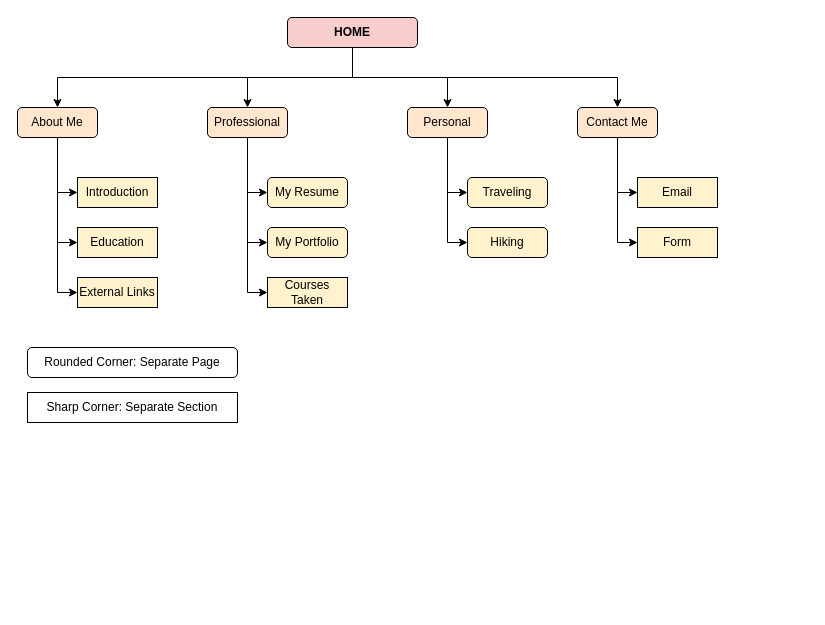
This is site_diagram.drawio from kaicheng0824/cse134-hw2, a draw.io file, before an edit. Source tidied: cells renumbered, new cells numbered last; positions are measured from the earlier drawing's top-left corner, leaving out a move shared by most shapes. Both pictures are drawn from the tidied source at 100%, with x=0, y=0 at pixel (17, 17).
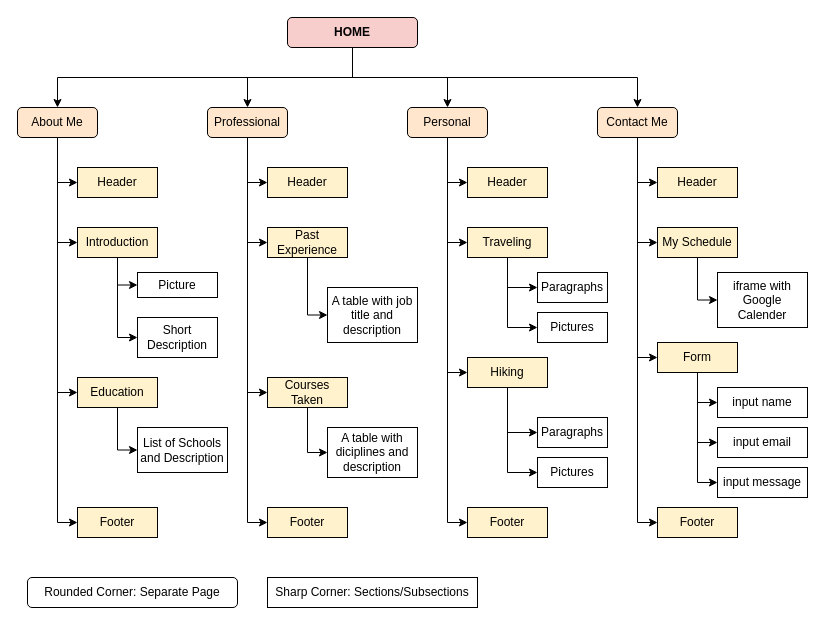
The same diagram, later.

Commit message (it also covers changes not shown here):
remove nav bar on first page

Unchanged cells that the change refers to:
```xml
<mxCell id="10" value="&lt;span style=&quot;font-weight: normal;&quot;&gt;About Me&lt;/span&gt;" style="rounded=1;whiteSpace=wrap;html=1;fontStyle=1;fillColor=#ffe6cc;strokeColor=#000000;glass=0;sketch=0;" parent="1" vertex="1">
  <mxGeometry y="90" width="80" height="30" as="geometry" />
</mxCell>
<mxCell id="14" value="Professional" style="rounded=1;whiteSpace=wrap;html=1;fillColor=#ffe6cc;strokeColor=#000000;" parent="1" vertex="1">
  <mxGeometry x="190" y="90" width="80" height="30" as="geometry" />
</mxCell>
<mxCell id="20" value="Personal" style="rounded=1;whiteSpace=wrap;html=1;fillColor=#ffe6cc;strokeColor=#000000;" parent="1" vertex="1">
  <mxGeometry x="390" y="90" width="80" height="30" as="geometry" />
</mxCell>
```

Change to the diagram source:
```diff
@@
-    <mxCell id="8" style="edgeStyle=orthogonalEdgeStyle;rounded=0;jettySize=auto;html=1;entryX=0;entryY=0.5;entryDx=0;entryDy=0;" parent="1" edge="1" source="10" target="27">
-      <mxGeometry relative="1" as="geometry" />
-    </mxCell>
@@
+    <mxCell id="33" style="edgeStyle=orthogonalEdgeStyle;rounded=0;jettySize=auto;html=1;entryX=0;entryY=0.5;entryDx=0;entryDy=0;" parent="1" edge="1" source="10" target="61">
+      <mxGeometry relative="1" as="geometry" />
+    </mxCell>
+    <mxCell id="34" style="edgeStyle=orthogonalEdgeStyle;rounded=0;jettySize=auto;html=1;entryX=0;entryY=0.5;entryDx=0;entryDy=0;" parent="1" edge="1" source="10" target="65">
+      <mxGeometry relative="1" as="geometry" />
+    </mxCell>
@@
-    <mxCell id="11" style="edgeStyle=orthogonalEdgeStyle;rounded=0;jettySize=auto;html=1;exitX=0.5;exitY=1;exitDx=0;exitDy=0;entryX=0;entryY=0.5;entryDx=0;entryDy=0;" parent="1" edge="1" source="14" target="21">
-      <mxGeometry relative="1" as="geometry" />
-    </mxCell>
-    <mxCell id="12" style="edgeStyle=orthogonalEdgeStyle;rounded=0;jettySize=auto;html=1;entryX=0;entryY=0.5;entryDx=0;entryDy=0;" parent="1" edge="1" source="14" target="22">
-      <mxGeometry relative="1" as="geometry" />
-    </mxCell>
@@
+    <mxCell id="35" style="edgeStyle=orthogonalEdgeStyle;rounded=0;jettySize=auto;html=1;entryX=0;entryY=0.5;entryDx=0;entryDy=0;" parent="1" edge="1" source="14" target="55">
+      <mxGeometry relative="1" as="geometry" />
+    </mxCell>
+    <mxCell id="36" style="edgeStyle=orthogonalEdgeStyle;rounded=0;jettySize=auto;html=1;entryX=0;entryY=0.5;entryDx=0;entryDy=0;" parent="1" edge="1" source="14" target="62">
+      <mxGeometry relative="1" as="geometry" />
+    </mxCell>
+    <mxCell id="37" style="edgeStyle=orthogonalEdgeStyle;rounded=0;jettySize=auto;html=1;entryX=0;entryY=0.5;entryDx=0;entryDy=0;" parent="1" edge="1" source="14" target="66">
+      <mxGeometry relative="1" as="geometry" />
+    </mxCell>
@@
+    <mxCell id="38" style="edgeStyle=orthogonalEdgeStyle;rounded=0;jettySize=auto;html=1;entryX=0;entryY=0.5;entryDx=0;entryDy=0;" parent="1" edge="1" source="17" target="64">
+      <mxGeometry relative="1" as="geometry" />
+    </mxCell>
+    <mxCell id="39" style="edgeStyle=orthogonalEdgeStyle;rounded=0;jettySize=auto;html=1;entryX=0;entryY=0.5;entryDx=0;entryDy=0;" parent="1" edge="1" source="17" target="68">
+      <mxGeometry relative="1" as="geometry" />
+    </mxCell>
     <mxCell id="17" value="Contact Me" style="rounded=1;whiteSpace=wrap;html=1;fillColor=#ffe6cc;strokeColor=#000000;" parent="1" vertex="1">
-      <mxGeometry x="560" y="90" width="80" height="30" as="geometry" />
+      <mxGeometry x="580" y="90" width="80" height="30" as="geometry" />
     </mxCell>
@@
+    <mxCell id="40" style="edgeStyle=orthogonalEdgeStyle;rounded=0;jettySize=auto;html=1;entryX=0;entryY=0.5;entryDx=0;entryDy=0;" parent="1" edge="1" source="20" target="63">
+      <mxGeometry relative="1" as="geometry" />
+    </mxCell>
+    <mxCell id="41" style="edgeStyle=orthogonalEdgeStyle;rounded=0;jettySize=auto;html=1;entryX=0;entryY=0.5;entryDx=0;entryDy=0;" parent="1" edge="1" source="20" target="67">
+      <mxGeometry relative="1" as="geometry" />
+    </mxCell>
@@
-    <mxCell id="21" value="My Resume" style="rounded=1;whiteSpace=wrap;html=1;fillColor=#fff2cc;strokeColor=#000000;" parent="1" vertex="1">
-      <mxGeometry x="250" y="160" width="80" height="30" as="geometry" />
-    </mxCell>
-    <mxCell id="22" value="My Portfolio" style="rounded=1;whiteSpace=wrap;html=1;fillColor=#fff2cc;strokeColor=#000000;" parent="1" vertex="1">
-      <mxGeometry x="250" y="210" width="80" height="30" as="geometry" />
-    </mxCell>
+    <mxCell id="42" style="edgeStyle=orthogonalEdgeStyle;rounded=0;jettySize=auto;html=1;entryX=0;entryY=0.5;entryDx=0;entryDy=0;" parent="1" edge="1" source="23" target="56">
+      <mxGeometry relative="1" as="geometry" />
+    </mxCell>
     <mxCell id="23" value="Courses Taken" style="rounded=0;whiteSpace=wrap;html=1;fillColor=#fff2cc;strokeColor=#000000;shadow=0;" parent="1" vertex="1">
-      <mxGeometry x="250" y="260" width="80" height="30" as="geometry" />
+      <mxGeometry x="250" y="360" width="80" height="30" as="geometry" />
     </mxCell>
+    <mxCell id="43" style="edgeStyle=orthogonalEdgeStyle;rounded=0;jettySize=auto;html=1;entryX=0;entryY=0.5;entryDx=0;entryDy=0;" parent="1" edge="1" source="24" target="71">
+      <mxGeometry relative="1" as="geometry" />
+    </mxCell>
+    <mxCell id="44" style="edgeStyle=orthogonalEdgeStyle;rounded=0;jettySize=auto;html=1;entryX=0;entryY=0.5;entryDx=0;entryDy=0;" parent="1" edge="1" source="24" target="72">
+      <mxGeometry relative="1" as="geometry" />
+    </mxCell>
-    <mxCell id="24" value="Traveling" style="rounded=1;whiteSpace=wrap;html=1;fillColor=#fff2cc;strokeColor=#000000;" parent="1" vertex="1">
-      <mxGeometry x="450" y="160" width="80" height="30" as="geometry" />
+    <mxCell id="24" value="Traveling" style="rounded=0;whiteSpace=wrap;html=1;fillColor=#fff2cc;strokeColor=#000000;" parent="1" vertex="1">
+      <mxGeometry x="450" y="210" width="80" height="30" as="geometry" />
     </mxCell>
+    <mxCell id="45" style="edgeStyle=orthogonalEdgeStyle;rounded=0;jettySize=auto;html=1;entryX=0;entryY=0.5;entryDx=0;entryDy=0;" parent="1" edge="1" source="25" target="69">
+      <mxGeometry relative="1" as="geometry" />
+    </mxCell>
+    <mxCell id="46" style="edgeStyle=orthogonalEdgeStyle;rounded=0;jettySize=auto;html=1;entryX=0;entryY=0.5;entryDx=0;entryDy=0;" parent="1" edge="1" source="25" target="70">
+      <mxGeometry relative="1" as="geometry" />
+    </mxCell>
-    <mxCell id="25" value="Hiking" style="rounded=1;whiteSpace=wrap;html=1;fillColor=#fff2cc;strokeColor=#000000;" parent="1" vertex="1">
-      <mxGeometry x="450" y="210" width="80" height="30" as="geometry" />
+    <mxCell id="25" value="Hiking" style="rounded=0;whiteSpace=wrap;html=1;fillColor=#fff2cc;strokeColor=#000000;" parent="1" vertex="1">
+      <mxGeometry x="450" y="340" width="80" height="30" as="geometry" />
     </mxCell>
+    <mxCell id="47" style="edgeStyle=orthogonalEdgeStyle;rounded=0;jettySize=auto;html=1;entryX=0;entryY=0.5;entryDx=0;entryDy=0;" parent="1" edge="1" source="26" target="58">
+      <mxGeometry relative="1" as="geometry" />
+    </mxCell>
+    <mxCell id="48" style="edgeStyle=orthogonalEdgeStyle;rounded=0;jettySize=auto;html=1;entryX=0;entryY=0.5;entryDx=0;entryDy=0;" parent="1" edge="1" source="26" target="59">
+      <mxGeometry relative="1" as="geometry" />
+    </mxCell>
     <mxCell id="26" value="&lt;span style=&quot;font-weight: normal;&quot;&gt;Introduction&lt;br&gt;&lt;/span&gt;" style="rounded=0;whiteSpace=wrap;html=1;fontStyle=1;fillColor=#fff2cc;strokeColor=#000000;" parent="1" vertex="1">
-      <mxGeometry x="60" y="160" width="80" height="30" as="geometry" />
+      <mxGeometry x="60" y="210" width="80" height="30" as="geometry" />
     </mxCell>
-    <mxCell id="27" value="&lt;span style=&quot;font-weight: 400;&quot;&gt;External Links&lt;/span&gt;" style="rounded=0;whiteSpace=wrap;html=1;fontStyle=1;fillColor=#fff2cc;strokeColor=#000000;" parent="1" vertex="1">
-      <mxGeometry x="60" y="260" width="80" height="30" as="geometry" />
-    </mxCell>
+    <mxCell id="49" style="edgeStyle=orthogonalEdgeStyle;rounded=0;jettySize=auto;html=1;entryX=0;entryY=0.5;entryDx=0;entryDy=0;" parent="1" edge="1" source="28" target="60">
+      <mxGeometry relative="1" as="geometry" />
+    </mxCell>
     <mxCell id="28" value="&lt;span style=&quot;font-weight: normal;&quot;&gt;Education&lt;/span&gt;" style="rounded=0;whiteSpace=wrap;html=1;fontStyle=1;fillColor=#fff2cc;strokeColor=#000000;" parent="1" vertex="1">
-      <mxGeometry x="60" y="210" width="80" height="30" as="geometry" />
+      <mxGeometry x="60" y="360" width="80" height="30" as="geometry" />
     </mxCell>
+    <mxCell id="50" style="edgeStyle=orthogonalEdgeStyle;rounded=0;jettySize=auto;html=1;entryX=0;entryY=0.5;entryDx=0;entryDy=0;" parent="1" edge="1" source="29" target="73">
+      <mxGeometry relative="1" as="geometry" />
+    </mxCell>
-    <mxCell id="29" value="Email" style="rounded=0;whiteSpace=wrap;html=1;fillColor=#fff2cc;strokeColor=#000000;" parent="1" vertex="1">
-      <mxGeometry x="620" y="160" width="80" height="30" as="geometry" />
+    <mxCell id="29" value="My Schedule" style="rounded=0;whiteSpace=wrap;html=1;fillColor=#fff2cc;strokeColor=#000000;" parent="1" vertex="1">
+      <mxGeometry x="640" y="210" width="80" height="30" as="geometry" />
     </mxCell>
+    <mxCell id="51" style="edgeStyle=orthogonalEdgeStyle;rounded=0;jettySize=auto;html=1;entryX=0;entryY=0.5;entryDx=0;entryDy=0;" parent="1" edge="1" source="30" target="74">
+      <mxGeometry relative="1" as="geometry" />
+    </mxCell>
+    <mxCell id="52" style="edgeStyle=orthogonalEdgeStyle;rounded=0;jettySize=auto;html=1;entryX=0;entryY=0.5;entryDx=0;entryDy=0;" parent="1" edge="1" source="30" target="75">
+      <mxGeometry relative="1" as="geometry" />
+    </mxCell>
+    <mxCell id="53" style="edgeStyle=orthogonalEdgeStyle;rounded=0;jettySize=auto;html=1;entryX=0;entryY=0.5;entryDx=0;entryDy=0;" parent="1" edge="1" source="30" target="76">
+      <mxGeometry relative="1" as="geometry" />
+    </mxCell>
     <mxCell id="30" value="Form" style="rounded=0;whiteSpace=wrap;html=1;fillColor=#fff2cc;strokeColor=#000000;" parent="1" vertex="1">
-      <mxGeometry x="620" y="210" width="80" height="30" as="geometry" />
+      <mxGeometry x="640" y="325" width="80" height="30" as="geometry" />
     </mxCell>
     <mxCell id="31" value="Rounded Corner: Separate Page" style="rounded=1;whiteSpace=wrap;html=1;glass=0;sketch=0;strokeColor=#000000;" parent="1" vertex="1">
-      <mxGeometry x="10" y="330" width="210" height="30" as="geometry" />
+      <mxGeometry x="10" y="560" width="210" height="30" as="geometry" />
     </mxCell>
-    <mxCell id="32" value="&lt;span style=&quot;font-weight: 400;&quot;&gt;Sharp Corner: Separate&amp;nbsp;Section&lt;/span&gt;" style="rounded=0;whiteSpace=wrap;html=1;fontStyle=1;" parent="1" vertex="1">
-      <mxGeometry x="10" y="375" width="210" height="30" as="geometry" />
+    <mxCell id="32" value="&lt;span style=&quot;font-weight: 400;&quot;&gt;Sharp Corner: Sections/Subsections&lt;/span&gt;" style="rounded=0;whiteSpace=wrap;html=1;fontStyle=1;" parent="1" vertex="1">
+      <mxGeometry x="250" y="560" width="210" height="30" as="geometry" />
     </mxCell>
+    <mxCell id="54" style="edgeStyle=orthogonalEdgeStyle;rounded=0;jettySize=auto;html=1;entryX=0;entryY=0.5;entryDx=0;entryDy=0;" parent="1" edge="1" source="55" target="57">
+      <mxGeometry relative="1" as="geometry" />
+    </mxCell>
+    <mxCell id="55" value="Past Experience" style="rounded=0;whiteSpace=wrap;html=1;fillColor=#fff2cc;strokeColor=#000000;shadow=0;" parent="1" vertex="1">
+      <mxGeometry x="250" y="210" width="80" height="30" as="geometry" />
+    </mxCell>
+    <mxCell id="56" value="A table with diciplines and description" style="rounded=0;whiteSpace=wrap;html=1;shadow=0;" parent="1" vertex="1">
+      <mxGeometry x="310" y="410" width="90" height="50" as="geometry" />
+    </mxCell>
+    <mxCell id="57" value="A table with job title and description" style="rounded=0;whiteSpace=wrap;html=1;shadow=0;" parent="1" vertex="1">
+      <mxGeometry x="310" y="270" width="90" height="55" as="geometry" />
+    </mxCell>
+    <mxCell id="58" value="Picture" style="rounded=0;whiteSpace=wrap;html=1;shadow=0;" parent="1" vertex="1">
+      <mxGeometry x="120" y="255" width="80" height="25" as="geometry" />
+    </mxCell>
+    <mxCell id="59" value="Short Description" style="rounded=0;whiteSpace=wrap;html=1;shadow=0;" parent="1" vertex="1">
+      <mxGeometry x="120" y="300" width="80" height="40" as="geometry" />
+    </mxCell>
+    <mxCell id="60" value="List of Schools and Description" style="rounded=0;whiteSpace=wrap;html=1;shadow=0;" parent="1" vertex="1">
+      <mxGeometry x="120" y="410" width="90" height="45" as="geometry" />
+    </mxCell>
+    <mxCell id="61" value="&lt;span style=&quot;font-weight: normal;&quot;&gt;Header&lt;/span&gt;" style="rounded=0;whiteSpace=wrap;html=1;fontStyle=1;fillColor=#fff2cc;strokeColor=#000000;" parent="1" vertex="1">
+      <mxGeometry x="60" y="150" width="80" height="30" as="geometry" />
+    </mxCell>
+    <mxCell id="62" value="&lt;span style=&quot;font-weight: normal;&quot;&gt;Header&lt;/span&gt;" style="rounded=0;whiteSpace=wrap;html=1;fontStyle=1;fillColor=#fff2cc;strokeColor=#000000;" parent="1" vertex="1">
+      <mxGeometry x="250" y="150" width="80" height="30" as="geometry" />
+    </mxCell>
+    <mxCell id="63" value="&lt;span style=&quot;font-weight: normal;&quot;&gt;Header&lt;/span&gt;" style="rounded=0;whiteSpace=wrap;html=1;fontStyle=1;fillColor=#fff2cc;strokeColor=#000000;" parent="1" vertex="1">
+      <mxGeometry x="450" y="150" width="80" height="30" as="geometry" />
+    </mxCell>
+    <mxCell id="64" value="&lt;span style=&quot;font-weight: normal;&quot;&gt;Header&lt;/span&gt;" style="rounded=0;whiteSpace=wrap;html=1;fontStyle=1;fillColor=#fff2cc;strokeColor=#000000;" parent="1" vertex="1">
+      <mxGeometry x="640" y="150" width="80" height="30" as="geometry" />
+    </mxCell>
+    <mxCell id="65" value="&lt;span style=&quot;font-weight: normal;&quot;&gt;Footer&lt;/span&gt;" style="rounded=0;whiteSpace=wrap;html=1;fontStyle=1;fillColor=#fff2cc;strokeColor=#000000;" parent="1" vertex="1">
+      <mxGeometry x="60" y="490" width="80" height="30" as="geometry" />
+    </mxCell>
+    <mxCell id="66" value="&lt;span style=&quot;font-weight: normal;&quot;&gt;Footer&lt;/span&gt;" style="rounded=0;whiteSpace=wrap;html=1;fontStyle=1;fillColor=#fff2cc;strokeColor=#000000;" parent="1" vertex="1">
+      <mxGeometry x="250" y="490" width="80" height="30" as="geometry" />
+    </mxCell>
+    <mxCell id="67" value="&lt;span style=&quot;font-weight: normal;&quot;&gt;Footer&lt;/span&gt;" style="rounded=0;whiteSpace=wrap;html=1;fontStyle=1;fillColor=#fff2cc;strokeColor=#000000;" parent="1" vertex="1">
+      <mxGeometry x="450" y="490" width="80" height="30" as="geometry" />
+    </mxCell>
+    <mxCell id="68" value="&lt;span style=&quot;font-weight: normal;&quot;&gt;Footer&lt;/span&gt;" style="rounded=0;whiteSpace=wrap;html=1;fontStyle=1;fillColor=#fff2cc;strokeColor=#000000;" parent="1" vertex="1">
+      <mxGeometry x="640" y="490" width="80" height="30" as="geometry" />
+    </mxCell>
+    <mxCell id="69" value="Paragraphs" style="rounded=0;whiteSpace=wrap;html=1;shadow=0;" parent="1" vertex="1">
+      <mxGeometry x="520" y="400" width="70" height="30" as="geometry" />
+    </mxCell>
+    <mxCell id="70" value="Pictures" style="rounded=0;whiteSpace=wrap;html=1;shadow=0;" parent="1" vertex="1">
+      <mxGeometry x="520" y="440" width="70" height="30" as="geometry" />
+    </mxCell>
+    <mxCell id="71" value="Paragraphs" style="rounded=0;whiteSpace=wrap;html=1;shadow=0;" parent="1" vertex="1">
+      <mxGeometry x="520" y="255" width="70" height="30" as="geometry" />
+    </mxCell>
+    <mxCell id="72" value="Pictures" style="rounded=0;whiteSpace=wrap;html=1;shadow=0;" parent="1" vertex="1">
+      <mxGeometry x="520" y="295" width="70" height="30" as="geometry" />
+    </mxCell>
+    <mxCell id="73" value="iframe with Google Calender" style="rounded=0;whiteSpace=wrap;html=1;shadow=0;" parent="1" vertex="1">
+      <mxGeometry x="700" y="255" width="90" height="55" as="geometry" />
+    </mxCell>
+    <mxCell id="74" value="input name" style="rounded=0;whiteSpace=wrap;html=1;shadow=0;" parent="1" vertex="1">
+      <mxGeometry x="700" y="370" width="90" height="30" as="geometry" />
+    </mxCell>
+    <mxCell id="75" value="input email" style="rounded=0;whiteSpace=wrap;html=1;shadow=0;" parent="1" vertex="1">
+      <mxGeometry x="700" y="410" width="90" height="30" as="geometry" />
+    </mxCell>
+    <mxCell id="76" value="input message" style="rounded=0;whiteSpace=wrap;html=1;shadow=0;" parent="1" vertex="1">
+      <mxGeometry x="700" y="450" width="90" height="30" as="geometry" />
+    </mxCell>
```
